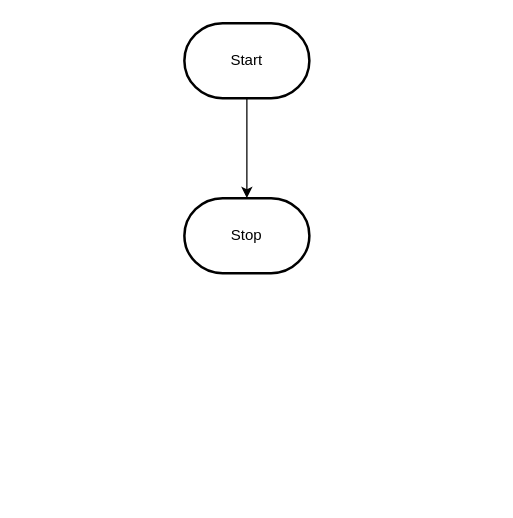
Before: design/flowchart.drawio in MTHS-ICD2O-1-2023/ICD2O-Assignment-04-pablo-fiallos-granados, a draw.io diagram. Source tidied: cells renumbered, new cells numbered last; positions are measured from the earlier drawing's top-left corner, leaving out a move shared by most shapes. Both pictures are drawn from the tidied source at 125%, with x=0, y=0 at pixel (184, 22).
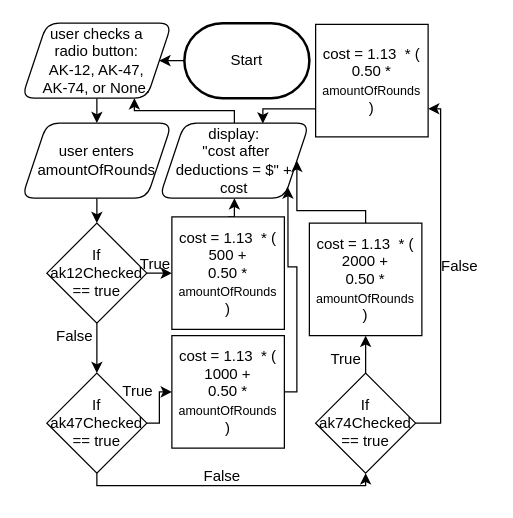
After the change.

Commit message (it also covers changes not shown here):
storyboard flowchart

Unchanged cells that the change refers to:
```xml
<mxCell id="3" value="Start" style="strokeWidth=2;html=1;shape=mxgraph.flowchart.terminator;whiteSpace=wrap;" parent="1" vertex="1">
  <mxGeometry width="100" height="60" as="geometry" />
</mxCell>
```

Diff of the diagram source:
```diff
@@
-    <mxCell id="2" style="edgeStyle=orthogonalEdgeStyle;html=1;rounded=0;" parent="1" edge="1" source="3" target="4">
-      <mxGeometry relative="1" as="geometry" />
-    </mxCell>
+    <mxCell id="5" style="edgeStyle=orthogonalEdgeStyle;rounded=0;html=1;exitX=0;exitY=0.5;exitDx=0;exitDy=0;exitPerimeter=0;entryX=1;entryY=0.5;entryDx=0;entryDy=0;fontSize=12;" parent="1" edge="1" source="3" target="7">
+      <mxGeometry relative="1" as="geometry" />
+    </mxCell>
@@
-    <mxCell id="4" value="Stop" style="strokeWidth=2;html=1;shape=mxgraph.flowchart.terminator;whiteSpace=wrap;" parent="1" vertex="1">
-      <mxGeometry y="140" width="100" height="60" as="geometry" />
-    </mxCell>
+    <mxCell id="6" style="edgeStyle=orthogonalEdgeStyle;rounded=0;html=1;exitX=0.5;exitY=1;exitDx=0;exitDy=0;entryX=0.5;entryY=0;entryDx=0;entryDy=0;" parent="1" edge="1" source="7" target="9">
+      <mxGeometry relative="1" as="geometry" />
+    </mxCell>
+    <mxCell id="7" value="user checks a &lt;br&gt;radio button:&lt;br&gt;AK-12, AK-47,&lt;br&gt;AK-74, or None." style="shape=parallelogram;perimeter=parallelogramPerimeter;whiteSpace=wrap;html=1;fixedSize=1;rounded=1;" parent="1" vertex="1">
+      <mxGeometry x="-130" width="120" height="60" as="geometry" />
+    </mxCell>
+    <mxCell id="8" style="edgeStyle=orthogonalEdgeStyle;rounded=0;html=1;exitX=0.5;exitY=1;exitDx=0;exitDy=0;entryX=0;entryY=0.5;entryDx=0;entryDy=0;" parent="1" edge="1" source="9" target="12">
+      <mxGeometry relative="1" as="geometry" />
+    </mxCell>
+    <mxCell id="9" value="user enters&lt;br&gt;amountOfRounds" style="shape=parallelogram;perimeter=parallelogramPerimeter;whiteSpace=wrap;html=1;fixedSize=1;rounded=1;" parent="1" vertex="1">
+      <mxGeometry x="-130" y="80" width="120" height="60" as="geometry" />
+    </mxCell>
+    <mxCell id="10" style="edgeStyle=orthogonalEdgeStyle;rounded=0;html=1;exitX=0.5;exitY=0;exitDx=0;exitDy=0;entryX=0;entryY=0.5;entryDx=0;entryDy=0;" parent="1" edge="1" source="12" target="14">
+      <mxGeometry relative="1" as="geometry" />
+    </mxCell>
+    <mxCell id="11" style="edgeStyle=orthogonalEdgeStyle;rounded=0;html=1;exitX=1;exitY=0.5;exitDx=0;exitDy=0;entryX=0;entryY=0.5;entryDx=0;entryDy=0;fontSize=12;" parent="1" edge="1" source="12" target="19">
+      <mxGeometry relative="1" as="geometry" />
+    </mxCell>
+    <mxCell id="12" value="If ak12Checked&lt;br&gt;== true" style="rhombus;whiteSpace=wrap;html=1;rounded=0;direction=south;shadow=0;" parent="1" vertex="1">
+      <mxGeometry x="-110" y="160" width="80" height="80" as="geometry" />
+    </mxCell>
+    <mxCell id="13" style="edgeStyle=orthogonalEdgeStyle;rounded=0;html=1;exitX=0.5;exitY=0;exitDx=0;exitDy=0;fontSize=12;entryX=0.5;entryY=1;entryDx=0;entryDy=0;" parent="1" edge="1" source="14" target="16">
+      <mxGeometry relative="1" as="geometry" />
+    </mxCell>
+    <mxCell id="14" value="cost = 1.13&amp;nbsp; * (&lt;br&gt;500 + &lt;br&gt;0.50 *&lt;br&gt;&lt;font style=&quot;&quot;&gt;&lt;span style=&quot;font-size: 10px;&quot;&gt;amountOfRounds&lt;/span&gt;&lt;br&gt;)&lt;br&gt;&lt;/font&gt;" style="whiteSpace=wrap;html=1;rounded=0;shadow=0;" parent="1" vertex="1">
+      <mxGeometry x="-10" y="155" width="90" height="90" as="geometry" />
+    </mxCell>
+    <mxCell id="15" style="edgeStyle=orthogonalEdgeStyle;rounded=0;html=1;exitX=0.5;exitY=0;exitDx=0;exitDy=0;entryX=0.75;entryY=1;entryDx=0;entryDy=0;fontSize=12;" parent="1" edge="1" source="16" target="7">
+      <mxGeometry relative="1" as="geometry" />
+    </mxCell>
+    <mxCell id="16" value="display:&lt;br&gt;&amp;nbsp;&quot;cost after&lt;br&gt;deductions = $&quot; +&lt;br&gt;cost" style="shape=parallelogram;perimeter=parallelogramPerimeter;whiteSpace=wrap;html=1;fixedSize=1;rounded=1;" parent="1" vertex="1">
+      <mxGeometry x="-20" y="80" width="120" height="60" as="geometry" />
+    </mxCell>
+    <mxCell id="17" style="edgeStyle=orthogonalEdgeStyle;rounded=0;html=1;exitX=0.5;exitY=0;exitDx=0;exitDy=0;entryX=0;entryY=0.5;entryDx=0;entryDy=0;fontSize=12;" parent="1" edge="1" source="19" target="23">
+      <mxGeometry relative="1" as="geometry" />
+    </mxCell>
+    <mxCell id="18" style="edgeStyle=orthogonalEdgeStyle;rounded=0;html=1;exitX=1;exitY=0.5;exitDx=0;exitDy=0;entryX=1;entryY=0.5;entryDx=0;entryDy=0;fontSize=12;" parent="1" edge="1" source="19" target="27">
+      <mxGeometry relative="1" as="geometry" />
+    </mxCell>
+    <mxCell id="19" value="If ak47Checked&lt;br&gt;== true" style="rhombus;whiteSpace=wrap;html=1;rounded=0;direction=south;shadow=0;" parent="1" vertex="1">
+      <mxGeometry x="-110" y="280" width="80" height="80" as="geometry" />
+    </mxCell>
+    <mxCell id="20" value="True" style="text;html=1;strokeColor=none;fillColor=none;align=center;verticalAlign=middle;whiteSpace=wrap;rounded=0;shadow=0;fontSize=12;" parent="1" vertex="1">
+      <mxGeometry x="-53" y="178" width="60" height="30" as="geometry" />
+    </mxCell>
+    <mxCell id="21" value="False" style="text;html=1;align=center;verticalAlign=middle;strokeColor=none;fillColor=none;fontSize=12;" parent="1" vertex="1">
+      <mxGeometry x="-113" y="236" width="50" height="30" as="geometry" />
+    </mxCell>
+    <mxCell id="22" style="edgeStyle=orthogonalEdgeStyle;rounded=0;html=1;exitX=1;exitY=0.5;exitDx=0;exitDy=0;entryX=1;entryY=1;entryDx=0;entryDy=0;fontSize=12;" parent="1" edge="1" source="23" target="16">
+      <mxGeometry relative="1" as="geometry" />
+    </mxCell>
+    <mxCell id="23" value="cost = 1.13&amp;nbsp; * (&lt;br&gt;1000 + &lt;br&gt;0.50 *&lt;br&gt;&lt;font style=&quot;&quot;&gt;&lt;span style=&quot;font-size: 10px;&quot;&gt;amountOfRounds&lt;/span&gt;&lt;br&gt;)&lt;br&gt;&lt;/font&gt;" style="whiteSpace=wrap;html=1;rounded=0;shadow=0;" parent="1" vertex="1">
+      <mxGeometry x="-10" y="250" width="90" height="90" as="geometry" />
+    </mxCell>
+    <mxCell id="24" value="True" style="text;html=1;strokeColor=none;fillColor=none;align=center;verticalAlign=middle;whiteSpace=wrap;rounded=0;shadow=0;fontSize=12;" parent="1" vertex="1">
+      <mxGeometry x="-67" y="280" width="60" height="30" as="geometry" />
+    </mxCell>
+    <mxCell id="25" style="edgeStyle=orthogonalEdgeStyle;rounded=0;html=1;exitX=0;exitY=0.5;exitDx=0;exitDy=0;entryX=0.5;entryY=1;entryDx=0;entryDy=0;fontSize=12;" parent="1" edge="1" source="27" target="30">
+      <mxGeometry relative="1" as="geometry" />
+    </mxCell>
+    <mxCell id="26" style="edgeStyle=orthogonalEdgeStyle;rounded=0;html=1;exitX=0.5;exitY=0;exitDx=0;exitDy=0;entryX=1;entryY=0.75;entryDx=0;entryDy=0;fontSize=12;" parent="1" edge="1" source="27" target="34">
+      <mxGeometry relative="1" as="geometry" />
+    </mxCell>
+    <mxCell id="27" value="If ak74Checked&lt;br&gt;== true" style="rhombus;whiteSpace=wrap;html=1;rounded=0;direction=south;shadow=0;" parent="1" vertex="1">
+      <mxGeometry x="105" y="280" width="80" height="80" as="geometry" />
+    </mxCell>
+    <mxCell id="28" value="False" style="text;html=1;align=center;verticalAlign=middle;strokeColor=none;fillColor=none;fontSize=12;" parent="1" vertex="1">
+      <mxGeometry x="5" y="348" width="50" height="30" as="geometry" />
+    </mxCell>
+    <mxCell id="29" style="edgeStyle=orthogonalEdgeStyle;rounded=0;html=1;exitX=0.5;exitY=0;exitDx=0;exitDy=0;entryX=1;entryY=0.5;entryDx=0;entryDy=0;fontSize=12;" parent="1" edge="1" source="30" target="16">
+      <mxGeometry relative="1" as="geometry" />
+    </mxCell>
+    <mxCell id="30" value="cost = 1.13&amp;nbsp; * (&lt;br&gt;2000 + &lt;br&gt;0.50 *&lt;br&gt;&lt;font style=&quot;&quot;&gt;&lt;span style=&quot;font-size: 10px;&quot;&gt;amountOfRounds&lt;/span&gt;&lt;br&gt;)&lt;br&gt;&lt;/font&gt;" style="whiteSpace=wrap;html=1;rounded=0;shadow=0;" parent="1" vertex="1">
+      <mxGeometry x="100" y="160" width="90" height="90" as="geometry" />
+    </mxCell>
+    <mxCell id="31" value="True" style="text;html=1;align=center;verticalAlign=middle;strokeColor=none;fillColor=none;fontSize=12;" parent="1" vertex="1">
+      <mxGeometry x="104" y="254" width="50" height="30" as="geometry" />
+    </mxCell>
+    <mxCell id="32" value="False" style="text;html=1;align=center;verticalAlign=middle;strokeColor=none;fillColor=none;fontSize=12;" parent="1" vertex="1">
+      <mxGeometry x="195" y="180" width="50" height="30" as="geometry" />
+    </mxCell>
+    <mxCell id="33" style="edgeStyle=orthogonalEdgeStyle;rounded=0;html=1;exitX=0;exitY=0.75;exitDx=0;exitDy=0;entryX=0.69;entryY=0.006;entryDx=0;entryDy=0;entryPerimeter=0;fontSize=12;" parent="1" edge="1" source="34" target="16">
+      <mxGeometry relative="1" as="geometry" />
+    </mxCell>
+    <mxCell id="34" value="cost = 1.13&amp;nbsp; * (&lt;br&gt;0.50 *&lt;br&gt;&lt;font style=&quot;&quot;&gt;&lt;span style=&quot;font-size: 10px;&quot;&gt;amountOfRounds&lt;/span&gt;&lt;br&gt;)&lt;br&gt;&lt;/font&gt;" style="whiteSpace=wrap;html=1;rounded=0;shadow=0;" parent="1" vertex="1">
+      <mxGeometry x="105" y="1" width="90" height="90" as="geometry" />
+    </mxCell>
```
